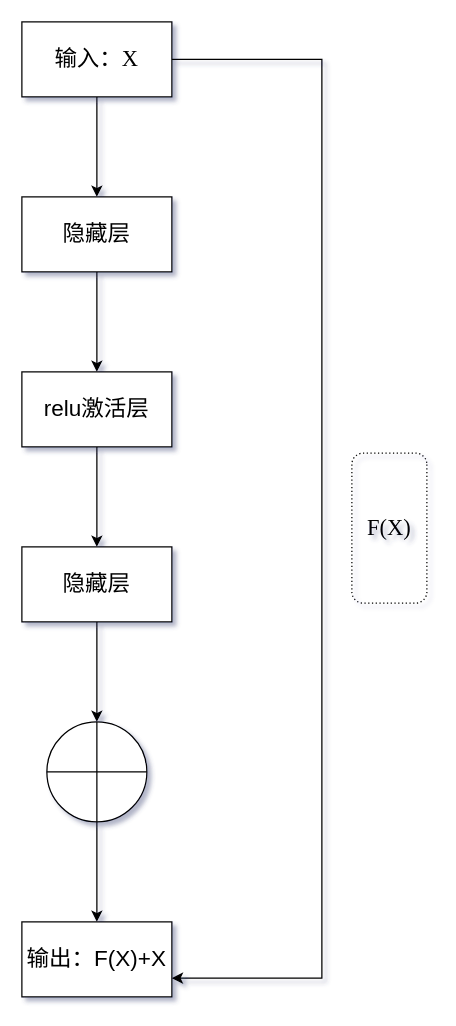
Before: Untitled Diagram.drawio in Quankerun/quankerun, a draw.io diagram. Source tidied: cells renumbered, new cells numbered last; positions are measured from the earlier drawing's top-left corner, leaving out a move shared by most shapes. Both pictures are drawn from the tidied source at 125%, with x=0, y=0 at pixel (21, 21).
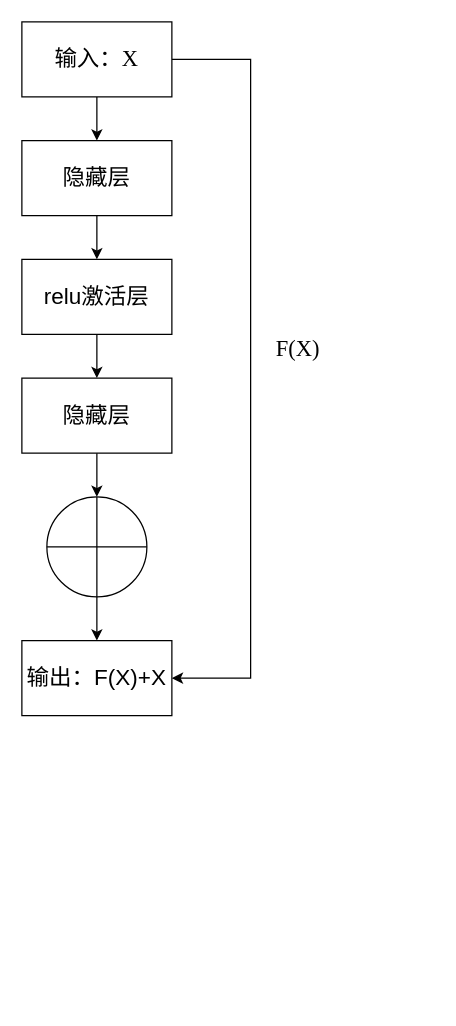
The same page after the edit.

The edit, as a diff of the source:
```diff
@@
-<mxGraphModel background="#ffffff" shadow="1">
+<mxGraphModel>
   <root>
     <mxCell id="0" />
     <mxCell id="1" parent="0" />
     <mxCell id="2" style="edgeStyle=orthogonalEdgeStyle;rounded=0;jettySize=auto;html=1;" parent="1" edge="1" source="4" target="6">
       <mxGeometry relative="1" as="geometry" />
     </mxCell>
-    <mxCell id="3" style="edgeStyle=orthogonalEdgeStyle;rounded=0;jettySize=auto;html=1;exitX=1;exitY=0.5;exitDx=0;exitDy=0;entryX=1;entryY=0.75;entryDx=0;entryDy=0;fontFamily=Times New Roman;fontSize=18;" parent="1" edge="1" source="4" target="13">
+    <mxCell id="3" style="edgeStyle=orthogonalEdgeStyle;rounded=0;jettySize=auto;html=1;entryX=1;entryY=0.5;entryDx=0;entryDy=0;fontFamily=Times New Roman;fontSize=18;" parent="1" edge="1" source="4" target="13">
       <mxGeometry relative="1" as="geometry">
         <Array as="points">
-          <mxPoint x="240" y="30" />
-          <mxPoint x="240" y="765" />
+          <mxPoint x="183" y="30" />
+          <mxPoint x="183" y="525" />
         </Array>
       </mxGeometry>
     </mxCell>
     <mxCell id="4" value="输入：X" style="rounded=0;whiteSpace=wrap;html=1;fontFamily=Times New Roman;fontSize=18;" parent="1" vertex="1">
       <mxGeometry width="120" height="60" as="geometry" />
     </mxCell>
     <mxCell id="5" style="edgeStyle=orthogonalEdgeStyle;rounded=0;jettySize=auto;html=1;" parent="1" edge="1" source="6" target="8">
       <mxGeometry relative="1" as="geometry" />
     </mxCell>
     <mxCell id="6" value="隐藏层" style="rounded=0;whiteSpace=wrap;html=1;fontFamily=Times New Roman;fontSize=18;" parent="1" vertex="1">
-      <mxGeometry y="140" width="120" height="60" as="geometry" />
+      <mxGeometry y="95" width="120" height="60" as="geometry" />
     </mxCell>
     <mxCell id="7" style="edgeStyle=orthogonalEdgeStyle;rounded=0;jettySize=auto;html=1;" parent="1" edge="1" source="8" target="10">
       <mxGeometry relative="1" as="geometry" />
     </mxCell>
     <mxCell id="8" value="relu激活层" style="rounded=0;whiteSpace=wrap;html=1;fontSize=18;" parent="1" vertex="1">
-      <mxGeometry y="280" width="120" height="60" as="geometry" />
+      <mxGeometry y="190" width="120" height="60" as="geometry" />
     </mxCell>
     <mxCell id="9" style="edgeStyle=orthogonalEdgeStyle;rounded=0;jettySize=auto;html=1;" parent="1" edge="1" source="10" target="12">
       <mxGeometry relative="1" as="geometry" />
     </mxCell>
     <mxCell id="10" value="隐藏层" style="whiteSpace=wrap;html=1;rounded=0;fontSize=18;" parent="1" vertex="1">
-      <mxGeometry y="420" width="120" height="60" as="geometry" />
+      <mxGeometry y="285" width="120" height="60" as="geometry" />
     </mxCell>
     <mxCell id="11" style="edgeStyle=orthogonalEdgeStyle;rounded=0;jettySize=auto;html=1;fontFamily=Times New Roman;fontSize=18;" parent="1" edge="1" source="12" target="13">
       <mxGeometry relative="1" as="geometry" />
     </mxCell>
     <mxCell id="12" style="shape=orEllipse;perimeter=ellipsePerimeter;whiteSpace=wrap;html=1;backgroundOutline=1;" parent="1" vertex="1">
-      <mxGeometry x="20" y="560" width="80" height="80" as="geometry" />
+      <mxGeometry x="20" y="380" width="80" height="80" as="geometry" />
     </mxCell>
     <mxCell id="13" value="输出：F(X)+X" style="whiteSpace=wrap;html=1;rounded=0;fontSize=18;" parent="1" vertex="1">
-      <mxGeometry y="720" width="120" height="60" as="geometry" />
+      <mxGeometry y="495" width="120" height="60" as="geometry" />
     </mxCell>
-    <mxCell id="14" value="F(X)" style="rounded=1;whiteSpace=wrap;html=1;fontFamily=Times New Roman;fontSize=18;direction=south;dashed=1;dashPattern=1 2;fillColor=none;" parent="1" vertex="1">
-      <mxGeometry x="264" y="345" width="60" height="120" as="geometry" />
+    <mxCell id="14" value="F(X)" style="rounded=1;whiteSpace=wrap;html=1;fontFamily=Times New Roman;fontSize=18;direction=south;labelBorderColor=#FFFFFF;dashed=1;fillColor=none;strokeColor=#FFFFFF;" parent="1" vertex="1">
+      <mxGeometry x="191" y="202" width="60" height="120" as="geometry" />
     </mxCell>
   </root>
 </mxGraphModel>
```
